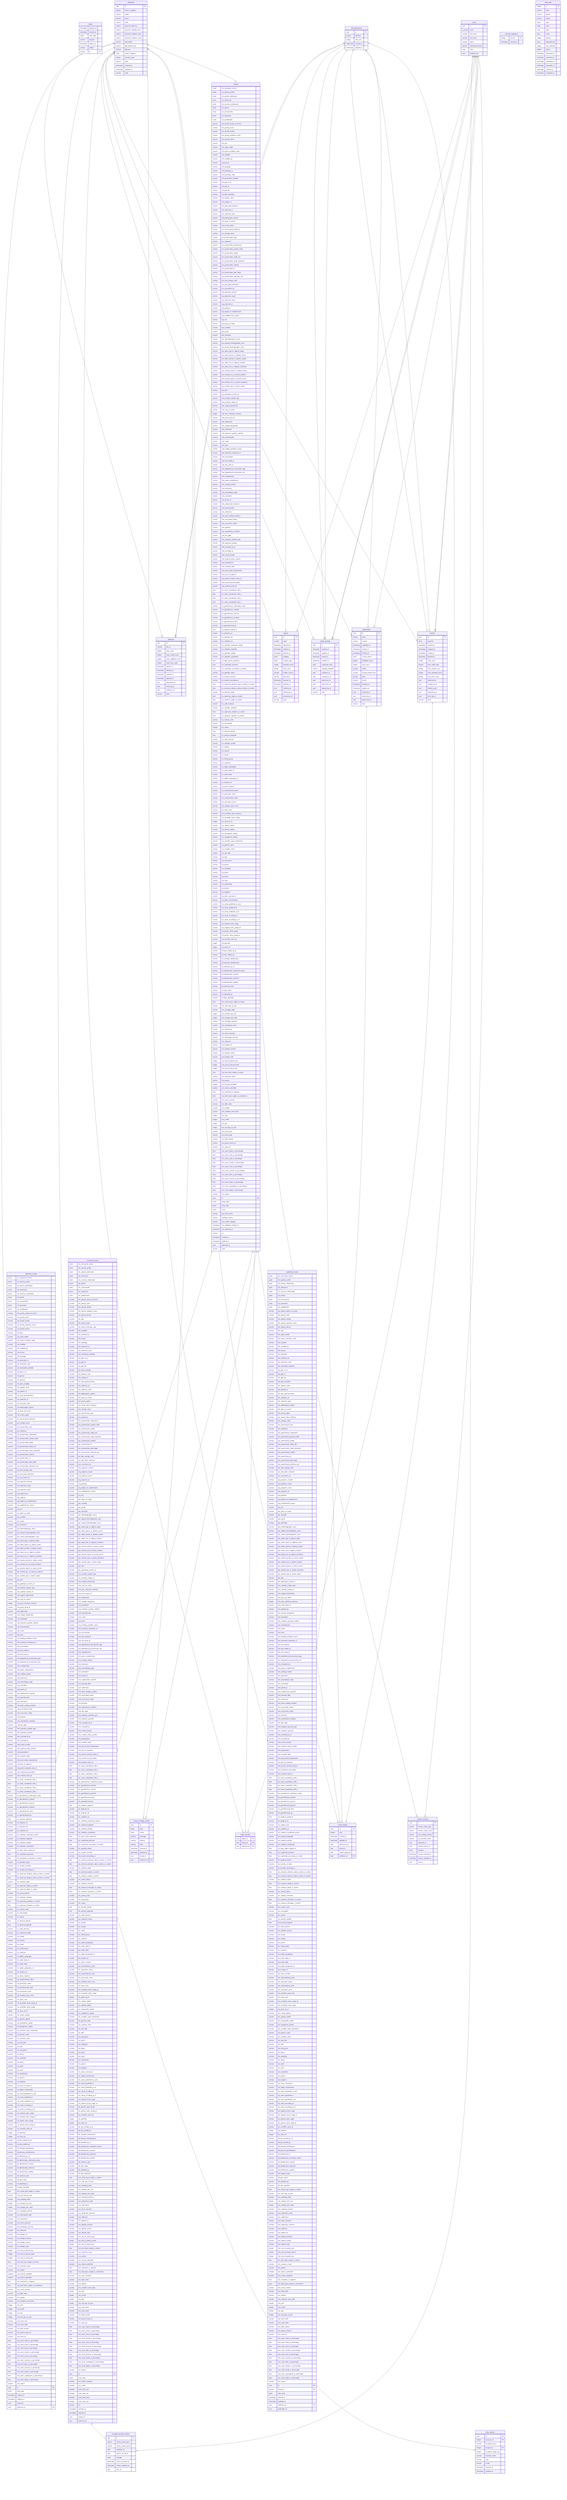
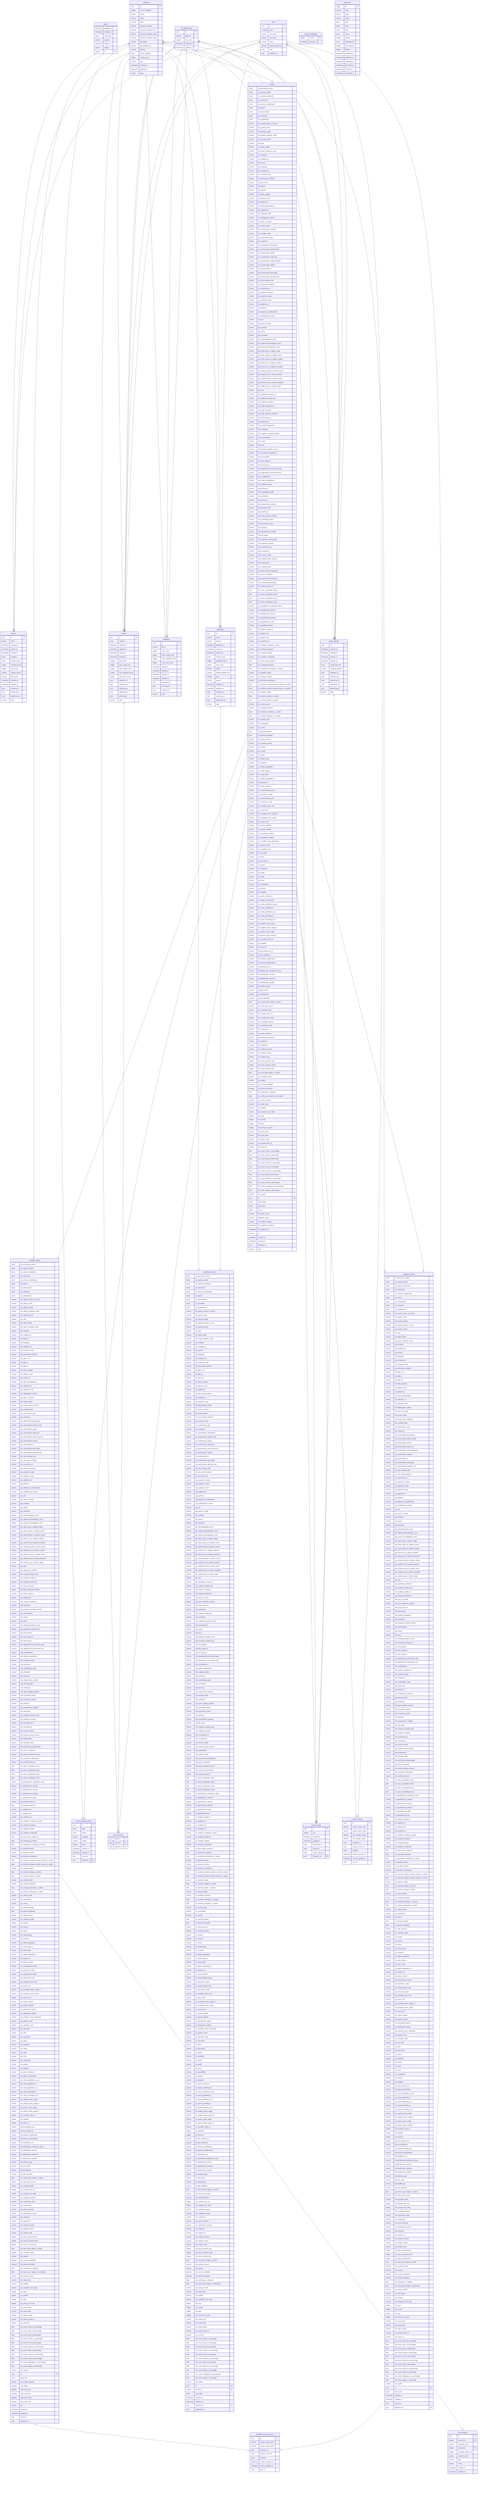
erDiagram
  tokens {
    timestamp updated_at
    timestamp created_at
    jsonb extra_data
    varchar purpose
    timestamp expires_at
    varchar subject
    varchar jti PK
  }
  users {
    uuid id PK
    ci_string email
    varchar first_name
    varchar last_name
    varchar phone
    varchar hashed_password
    array roles
    uuid institution_id
  }
  file_attachments {
    uuid id PK
    varchar filename
    integer byte_size
    timestamp inserted_at
    timestamp updated_at
  }
  collections {
    uuid id PK
    integer items_to_digitize
    varchar owner
    varchar name
    varchar code
    varchar grscicoll_reference
    varchar grscicoll_institution_key
    varchar grscicoll_institution_code
    varchar grscicoll_institution_name
    varchar description
    varchar gbif_dataset_key
    varchar gbif_doi
    array import_mapping
    integer records_count
    varchar type
    timestamp inserted_at
    timestamp updated_at
    varchar state
  }
  encoded_records {
    jsonb ext_vernacular_names
    jsonb ext_species_profile
    jsonb ext_species_distribution
    jsonb ext_references
    jsonb ext_resource_relationship
    jsonb ext_permit
    jsonb ext_chronometric
    jsonb ext_assertions
    jsonb ext_amplification
    varchar oth_specify_author_of_record
    varchar oth_specify_event
    varchar oth_specify_locality
    varchar oth_specify_organism_name
    varchar oth_specify_person
    varchar oth_type
    varchar oth_rights_holder
    varchar oth_owner_institution_code
    varchar oth_modified
    varchar oth_modified_by
    varchar oth_license
    varchar oth_language
    varchar oth_institution_id
    varchar oth_institution_code
    varchar oth_information_withheld
    varchar oth_gbif_ch_id
    varchar oth_gbif_id
    varchar oth_gbif_doi
    varchar oth_date_available
    varchar oth_dataset_name
    varchar oth_dataset_id
    varchar oth_data_generalizations
    varchar oth_collection_id
    varchar oth_collection_code
    varchar oth_bibliographic_citation
    varchar oth_basis_of_record
    varchar oth_access_rights
    varchar pvn_tissue_bank_institution
    varchar pvn_storage_name
    varchar pvn_preservation_type
    varchar pvn_sequence
    varchar pvn_preservation_temperature
    varchar pvn_preservation_special_mode
    varchar pvn_preservation_quality
    varchar pvn_preservation_mode_text
    varchar pvn_preservation_mode_keywords
    varchar pvn_preservation_method
    varchar pvn_preservation_id
    varchar pvn_preservation_date_begin
    varchar pvn_preservation_alteration_text
    varchar pvn_dna_storage_code
    varchar pvn_dna_bank_institution
    varchar occ_occurrence_id
    varchar org_organism_remarks
    varchar org_organism_scope
    varchar org_organism_name
    varchar org_organism_id
    varchar org_pathway
    varchar org_degree_of_establishment
    varchar org_establishment_means
    varchar org_sex
    varchar gec_place_of_origin
    varchar gec_member
    varchar gec_group
    varchar gec_formation
    varchar gec_lithostratigraphic_terms
    varchar gec_highest_biostratigraphic_zone
    varchar gec_lowest_biostratigraphic_zone
    varchar gec_latest_age_or_highest_stage
    varchar gec_latest_epoch_or_highest_series
    varchar gec_latest_period_or_highest_system
    varchar gec_latest_era_or_highest_erathem
    varchar gec_latest_eon_or_highest_eonothem
    varchar gec_earliest_period_or_lowest_system
    varchar gec_earliest_era_or_lowest_erathem
    varchar gec_earliest_epoch_or_lowest_series
    varchar gec_earliest_eon_or_lowest_eonothem
    varchar gec_earliest_age_or_lowest_stage
    varchar gec_bed
    varchar gec_geological_context_id
    varchar mts_material_sample_type
    varchar mts_material_sample_id
    varchar mte_original_biominerals
    varchar mte_orig_col_author
    integer mte_year_collection_entrance
    varchar mte_tissue_bank_id
    varchar mte_taphonomy
    varchar mte_sample_designation
    varchar mte_orientation
    varchar mte_organism_quantity_method
    varchar mte_mineralization
    varchar mte_matrix
    varchar mte_form
    varchar mte_feeding_predation_traces
    varchar mte_extraction_temporary_id
    varchar mte_encrustation
    varchar mte_dna_stable_id
    varchar mte_dna_bank_id
    varchar mte_depositional_environment_type
    varchar mte_depositional_environment_text
    varchar mte_completeness
    varchar mte_paleo_completeness
    varchar mte_catalog_number
    varchar mte_bioerosion
    varchar mte_assemblage_origin
    varchar mte_articulation
    varchar mte_permit_id
    varchar mte_replacement_minerals
    varchar mte_barcode_label
    varchar mte_references
    varchar mte_other_catalog_numbers
    varchar mte_associated_media
    varchar mte_occurrence_status
    varchar mte_behavior
    varchar mte_reproductive_condition
    varchar mte_life_stage
    varchar mte_organism_quantity_type
    varchar mte_organism_quantity
    varchar mte_recorded_by_id
    varchar mte_recorded_by
    varchar mte_record_number
    varchar mte_material_entity_remarks
    varchar mte_preparations
    varchar mte_verbatim_label
    varchar mte_post_burial_transportation
    varchar mte_part_of_organism
    varchar mte_parent_material_entity_id
    varchar mte_anatomical_description
    varchar mte_material_entity_id
    float loc_swiss_coordinates_lv95_y
    float loc_swiss_coordinates_lv95_x
    float loc_swiss_coordinates_lv03_y
    float loc_swiss_coordinates_lv03_x
    varchar loc_georeference_verification_status
    varchar loc_georeference_remarks
    varchar loc_georeference_sources
    varchar loc_georeference_protocol
    varchar loc_georeferenced_date
    varchar loc_georeferenced_by
    float loc_footprint_spatial_fit
    varchar loc_footprint_srs
    varchar loc_footprint_wkt
    varchar loc_verbatim_srs
    varchar loc_verbatim_coordinate_system
    varchar loc_verbatim_longitude
    varchar loc_verbatim_latitude
    varchar loc_verbatim_coordinates
    float loc_point_radius_spatial_fit
    float loc_coordinate_precision
    float loc_coordinate_uncertainty_in_meters
    varchar loc_geodetic_datum
    varchar loc_location_remarks
    varchar loc_location_according_to
    float loc_maximum_distance_above_surface_in_meters
    float loc_minimum_distance_above_surface_in_meters
    varchar loc_verbatim_depth
    float loc_maximum_depth_in_meters
    float loc_minimum_depth_in_meters
    varchar loc_vertical_datum
    varchar loc_verbatim_elevation
    float loc_maximum_elevation_in_meters
    float loc_minimum_elevation_in_meters
    varchar loc_country_code
    varchar loc_municipality
    varchar loc_county
    float loc_decimal_latitude
    float loc_decimal_longitude
    varchar loc_state_province
    varchar loc_verbatim_locality
    varchar loc_locality
    varchar loc_country
    varchar loc_island
    varchar loc_island_group
    varchar loc_continent
    varchar loc_higher_geography
    varchar loc_water_body_id
    varchar loc_water_body
    varchar loc_higher_geography_id
    varchar loc_location_id
    varchar tax_taxon_remarks
    varchar tax_nomenclatural_status
    varchar tax_taxonomic_status
    varchar tax_nomenclatural_code
    varchar tax_vernacular_name
    varchar tax_verbatim_taxon_rank
    varchar tax_taxon_rank
    varchar tax_accepted_name_usage_id
    varchar tax_accepted_name_usage
    integer tax_taxon_id_ch
    varchar tax_cultivar_epithet
    varchar tax_specific_epithet
    varchar tax_infraspecific_epithet
    varchar tax_infrageneric_epithet
    varchar tax_scientific_name_authorship
    varchar tax_generic_name
    varchar tax_scientific_name
    varchar tax_sub_tribe
    varchar tax_tribe
    varchar tax_sub_genus
    varchar tax_genus
    varchar tax_subfamily
    varchar tax_family
    varchar tax_order
    varchar tax_class
    varchar tax_superfamily
    varchar tax_phylum
    varchar tax_kingdom
    varchar tax_taxon_concept_id
    varchar tax_higher_classification
    varchar tax_name_published_in_year
    varchar tax_name_published_in
    varchar tax_name_published_in_id
    varchar tax_name_according_to
    varchar tax_name_according_to_id
    varchar tax_original_name_usage
    varchar tax_original_name_usage_id
    varchar tax_parent_name_usage
    varchar tax_parent_name_usage_id
    varchar tax_scientific_name_id
    integer tax_identifier
    integer tax_taxon_id
    varchar idf_last_verified_by_id
    varchar idf_last_verified_by
    varchar idf_verbatim_identification
    varchar idf_previous_identifications
    varchar idf_identified_by_id
    varchar idf_identification_verification_status
    varchar idf_identification_remarks
    varchar idf_identification_reference
    varchar idf_identification_qualifier
    varchar idf_evidence_type
    varchar idf_type_status
    varchar idf_identified_by
    varchar idf_date_identified
    float eve_shrub_layer_height_in_meters
    varchar eve_start_day_of_year
    varchar eve_sampling_effort
    integer eve_sample_size_unit
    integer eve_sample_size_value
    varchar eve_sampling_protocol
    varchar eve_substratum_state
    varchar eve_substratum
    varchar eve_micro_structure
    varchar eve_landscape_structure
    varchar eve_influence
    varchar eve_habitat_ref
    varchar eve_habitat_inclusion
    varchar eve_habitat_contact
    varchar eve_habitat_code
    integer eve_end_of_period_year
    integer eve_end_of_period_month
    integer eve_end_of_period_day
    float eve_tree_layer_height_in_meters
    varchar eve_syntaxon_name
    varchar eve_project
    boolean eve_mosses_identified
    boolean eve_lichens_identified
    float eve_inclination_in_degrees
    float eve_herb_layer_height_in_centimeters
    varchar eve_event_remarks
    varchar eve_field_notes
    varchar eve_habitat
    varchar eve_verbatim_event_date
    integer eve_year
    integer eve_month
    integer eve_day
    integer eve_end_day_of_year
    varchar eve_event_time
    varchar eve_event_date
    varchar eve_field_number
    varchar eve_parent_event_id
    varchar eve_event_id
    float eve_cover_water_in_percentage
    float eve_cover_trees_in_percentage
    float eve_cover_total_in_percentage
    float eve_cover_shrubs_in_percentage
    float eve_cover_rock_in_percentage
    float eve_cover_mosses_in_percentage
    float eve_cover_litter_in_percentage
    float eve_cover_lychens_in_percentage
    float eve_cover_herbs_in_percentage
    float eve_cover_cryptogams_in_percentage
    float eve_cover_algae_in_percentage
    varchar eve_aspect
    uuid id PK
    jsonb extra_data
    varchar iucn_redlist_category
    boolean iucn_redlist
    boolean mids_level_one
    boolean mids_level_two
    boolean mids_level_three
    boolean mids_level_four
    varchar tsv
    timestamp inserted_at
    timestamp updated_at
    uuid record_id
    uuid collection_id
  }
  encoded_records_versions {
    uuid id PK
    varchar version_action_type
    varchar version_action_name
    uuid collection_id
    uuid version_source_id
    jsonb changes
    timestamp version_inserted_at
    timestamp version_updated_at
    uuid user_id
  }
  record_encoding_results {
    uuid id PK
    jsonb input
    jsonb output
    varchar message
    varchar catalog
    varchar state
    timestamp inserted_at
    timestamp updated_at
    uuid record_id
    uuid collection_id PK
  }
  exports {
    uuid id PK
    varchar name
    timestamp exported_at
    timestamp started_at
    timestamp finished_at
    jsonb mapping
    jsonb records_query
    integer exported_count
    integer rows_count
    varchar header_source
    varchar data_layer
    timestamp inserted_at
    timestamp updated_at
    uuid collection_id
    uuid started_by_id
    uuid attachment_id
    varchar state
  }
  image_uploads {
    uuid id PK
    timestamp inserted_at
    timestamp updated_at
    timestamp started_at
    timestamp finished_at
    array invalid_file_infos
    varchar mapping_identifier
    uuid collection_id
    uuid created_by_id
    uuid started_by_id
    uuid attachment_id
    uuid upload_log_id
    varchar state
  }
  imports {
    uuid id PK
    array columns
    timestamp inserted_at
    timestamp updated_at
    timestamp started_at
    timestamp finished_at
    integer rows_count
    integer rows_valid_count
    integer rows_invalid_count
    integer rows_imported_count
    integer rows_error_count
    uuid collection_id
    uuid created_by_id
    uuid started_by_id
    uuid attachment_id
    uuid error_log_id
    varchar state
  }
  import_records {
    uuid import_id PK
    uuid record_id PK
    uuid collection_id PK
  }
  publications {
    uuid id PK
    varchar name
    varchar channel
    timestamp published_at
    timestamp started_at
    timestamp finished_at
    jsonb records_query
    integer published_count
    integer rows_count
    varchar center
    varchar existing_dataset_key
    varchar layer
    varchar license
    timestamp inserted_at
    timestamp updated_at
    uuid collection_id
    uuid started_by_id
    uuid attachment_id
    varchar state
  }
  published_records {
    jsonb ext_vernacular_names
    jsonb ext_species_profile
    jsonb ext_species_distribution
    jsonb ext_references
    jsonb ext_resource_relationship
    jsonb ext_permit
    jsonb ext_chronometric
    jsonb ext_assertions
    jsonb ext_amplification
    varchar oth_specify_author_of_record
    varchar oth_specify_event
    varchar oth_specify_locality
    varchar oth_specify_organism_name
    varchar oth_specify_person
    varchar oth_type
    varchar oth_rights_holder
    varchar oth_owner_institution_code
    varchar oth_modified
    varchar oth_modified_by
    varchar oth_license
    varchar oth_language
    varchar oth_institution_id
    varchar oth_institution_code
    varchar oth_information_withheld
    varchar oth_gbif_ch_id
    varchar oth_gbif_id
    varchar oth_gbif_doi
    varchar oth_date_available
    varchar oth_dataset_name
    varchar oth_dataset_id
    varchar oth_data_generalizations
    varchar oth_collection_id
    varchar oth_collection_code
    varchar oth_bibliographic_citation
    varchar oth_basis_of_record
    varchar oth_access_rights
    varchar pvn_tissue_bank_institution
    varchar pvn_storage_name
    varchar pvn_preservation_type
    varchar pvn_sequence
    varchar pvn_preservation_temperature
    varchar pvn_preservation_special_mode
    varchar pvn_preservation_quality
    varchar pvn_preservation_mode_text
    varchar pvn_preservation_mode_keywords
    varchar pvn_preservation_method
    varchar pvn_preservation_id
    varchar pvn_preservation_date_begin
    varchar pvn_preservation_alteration_text
    varchar pvn_dna_storage_code
    varchar pvn_dna_bank_institution
    varchar occ_occurrence_id
    varchar org_organism_remarks
    varchar org_organism_scope
    varchar org_organism_name
    varchar org_organism_id
    varchar org_pathway
    varchar org_degree_of_establishment
    varchar org_establishment_means
    varchar org_sex
    varchar gec_place_of_origin
    varchar gec_member
    varchar gec_group
    varchar gec_formation
    varchar gec_lithostratigraphic_terms
    varchar gec_highest_biostratigraphic_zone
    varchar gec_lowest_biostratigraphic_zone
    varchar gec_latest_age_or_highest_stage
    varchar gec_latest_epoch_or_highest_series
    varchar gec_latest_period_or_highest_system
    varchar gec_latest_era_or_highest_erathem
    varchar gec_latest_eon_or_highest_eonothem
    varchar gec_earliest_period_or_lowest_system
    varchar gec_earliest_era_or_lowest_erathem
    varchar gec_earliest_epoch_or_lowest_series
    varchar gec_earliest_eon_or_lowest_eonothem
    varchar gec_earliest_age_or_lowest_stage
    varchar gec_bed
    varchar gec_geological_context_id
    varchar mts_material_sample_type
    varchar mts_material_sample_id
    varchar mte_original_biominerals
    varchar mte_orig_col_author
    integer mte_year_collection_entrance
    varchar mte_tissue_bank_id
    varchar mte_taphonomy
    varchar mte_sample_designation
    varchar mte_orientation
    varchar mte_organism_quantity_method
    varchar mte_mineralization
    varchar mte_matrix
    varchar mte_form
    varchar mte_feeding_predation_traces
    varchar mte_extraction_temporary_id
    varchar mte_encrustation
    varchar mte_dna_stable_id
    varchar mte_dna_bank_id
    varchar mte_depositional_environment_type
    varchar mte_depositional_environment_text
    varchar mte_completeness
    varchar mte_paleo_completeness
    varchar mte_catalog_number
    varchar mte_bioerosion
    varchar mte_assemblage_origin
    varchar mte_articulation
    varchar mte_permit_id
    varchar mte_replacement_minerals
    varchar mte_barcode_label
    varchar mte_references
    varchar mte_other_catalog_numbers
    varchar mte_associated_media
    varchar mte_occurrence_status
    varchar mte_behavior
    varchar mte_reproductive_condition
    varchar mte_life_stage
    varchar mte_organism_quantity_type
    varchar mte_organism_quantity
    varchar mte_recorded_by_id
    varchar mte_recorded_by
    varchar mte_record_number
    varchar mte_material_entity_remarks
    varchar mte_preparations
    varchar mte_verbatim_label
    varchar mte_post_burial_transportation
    varchar mte_part_of_organism
    varchar mte_parent_material_entity_id
    varchar mte_anatomical_description
    varchar mte_material_entity_id
    float loc_swiss_coordinates_lv95_y
    float loc_swiss_coordinates_lv95_x
    float loc_swiss_coordinates_lv03_y
    float loc_swiss_coordinates_lv03_x
    varchar loc_georeference_verification_status
    varchar loc_georeference_remarks
    varchar loc_georeference_sources
    varchar loc_georeference_protocol
    varchar loc_georeferenced_date
    varchar loc_georeferenced_by
    float loc_footprint_spatial_fit
    varchar loc_footprint_srs
    varchar loc_footprint_wkt
    varchar loc_verbatim_srs
    varchar loc_verbatim_coordinate_system
    varchar loc_verbatim_longitude
    varchar loc_verbatim_latitude
    varchar loc_verbatim_coordinates
    float loc_point_radius_spatial_fit
    float loc_coordinate_precision
    float loc_coordinate_uncertainty_in_meters
    varchar loc_geodetic_datum
    varchar loc_location_remarks
    varchar loc_location_according_to
    float loc_maximum_distance_above_surface_in_meters
    float loc_minimum_distance_above_surface_in_meters
    varchar loc_verbatim_depth
    float loc_maximum_depth_in_meters
    float loc_minimum_depth_in_meters
    varchar loc_vertical_datum
    varchar loc_verbatim_elevation
    float loc_maximum_elevation_in_meters
    float loc_minimum_elevation_in_meters
    varchar loc_country_code
    varchar loc_municipality
    varchar loc_county
    float loc_decimal_latitude
    float loc_decimal_longitude
    varchar loc_state_province
    varchar loc_verbatim_locality
    varchar loc_locality
    varchar loc_country
    varchar loc_island
    varchar loc_island_group
    varchar loc_continent
    varchar loc_higher_geography
    varchar loc_water_body_id
    varchar loc_water_body
    varchar loc_higher_geography_id
    varchar loc_location_id
    varchar tax_taxon_remarks
    varchar tax_nomenclatural_status
    varchar tax_taxonomic_status
    varchar tax_nomenclatural_code
    varchar tax_vernacular_name
    varchar tax_verbatim_taxon_rank
    varchar tax_taxon_rank
    varchar tax_accepted_name_usage_id
    varchar tax_accepted_name_usage
    integer tax_taxon_id_ch
    varchar tax_cultivar_epithet
    varchar tax_specific_epithet
    varchar tax_infraspecific_epithet
    varchar tax_infrageneric_epithet
    varchar tax_scientific_name_authorship
    varchar tax_generic_name
    varchar tax_scientific_name
    varchar tax_sub_tribe
    varchar tax_tribe
    varchar tax_sub_genus
    varchar tax_genus
    varchar tax_subfamily
    varchar tax_family
    varchar tax_order
    varchar tax_class
    varchar tax_superfamily
    varchar tax_phylum
    varchar tax_kingdom
    varchar tax_taxon_concept_id
    varchar tax_higher_classification
    varchar tax_name_published_in_year
    varchar tax_name_published_in
    varchar tax_name_published_in_id
    varchar tax_name_according_to
    varchar tax_name_according_to_id
    varchar tax_original_name_usage
    varchar tax_original_name_usage_id
    varchar tax_parent_name_usage
    varchar tax_parent_name_usage_id
    varchar tax_scientific_name_id
    integer tax_identifier
    integer tax_taxon_id
    varchar idf_last_verified_by_id
    varchar idf_last_verified_by
    varchar idf_verbatim_identification
    varchar idf_previous_identifications
    varchar idf_identified_by_id
    varchar idf_identification_verification_status
    varchar idf_identification_remarks
    varchar idf_identification_reference
    varchar idf_identification_qualifier
    varchar idf_evidence_type
    varchar idf_type_status
    varchar idf_identified_by
    varchar idf_date_identified
    float eve_shrub_layer_height_in_meters
    varchar eve_start_day_of_year
    varchar eve_sampling_effort
    integer eve_sample_size_unit
    integer eve_sample_size_value
    varchar eve_sampling_protocol
    varchar eve_substratum_state
    varchar eve_substratum
    varchar eve_micro_structure
    varchar eve_landscape_structure
    varchar eve_influence
    varchar eve_habitat_ref
    varchar eve_habitat_inclusion
    varchar eve_habitat_contact
    varchar eve_habitat_code
    integer eve_end_of_period_year
    integer eve_end_of_period_month
    integer eve_end_of_period_day
    float eve_tree_layer_height_in_meters
    varchar eve_syntaxon_name
    varchar eve_project
    boolean eve_mosses_identified
    boolean eve_lichens_identified
    float eve_inclination_in_degrees
    float eve_herb_layer_height_in_centimeters
    varchar eve_event_remarks
    varchar eve_field_notes
    varchar eve_habitat
    varchar eve_verbatim_event_date
    integer eve_year
    integer eve_month
    integer eve_day
    integer eve_end_day_of_year
    varchar eve_event_time
    varchar eve_event_date
    varchar eve_field_number
    varchar eve_parent_event_id
    varchar eve_event_id
    float eve_cover_water_in_percentage
    float eve_cover_trees_in_percentage
    float eve_cover_total_in_percentage
    float eve_cover_shrubs_in_percentage
    float eve_cover_rock_in_percentage
    float eve_cover_mosses_in_percentage
    float eve_cover_litter_in_percentage
    float eve_cover_lychens_in_percentage
    float eve_cover_herbs_in_percentage
    float eve_cover_cryptogams_in_percentage
    float eve_cover_algae_in_percentage
    varchar eve_aspect
    uuid id PK
    varchar record_id PK
    jsonb extra_data
    timestamp inserted_at
    timestamp updated_at
    uuid collection_id PK
    uuid publication_id
  }
  records {
    jsonb ext_vernacular_names
    jsonb ext_species_profile
    jsonb ext_species_distribution
    jsonb ext_references
    jsonb ext_resource_relationship
    jsonb ext_permit
    jsonb ext_chronometric
    jsonb ext_assertions
    jsonb ext_amplification
    varchar oth_specify_author_of_record
    varchar oth_specify_event
    varchar oth_specify_locality
    varchar oth_specify_organism_name
    varchar oth_specify_person
    varchar oth_type
    varchar oth_rights_holder
    varchar oth_owner_institution_code
    varchar oth_modified
    varchar oth_modified_by
    varchar oth_license
    varchar oth_language
    varchar oth_institution_id
    varchar oth_institution_code
    varchar oth_information_withheld
    varchar oth_gbif_ch_id
    varchar oth_gbif_id
    varchar oth_gbif_doi
    varchar oth_date_available
    varchar oth_dataset_name
    varchar oth_dataset_id
    varchar oth_data_generalizations
    varchar oth_collection_id
    varchar oth_collection_code
    varchar oth_bibliographic_citation
    varchar oth_basis_of_record
    varchar oth_access_rights
    varchar pvn_tissue_bank_institution
    varchar pvn_storage_name
    varchar pvn_preservation_type
    varchar pvn_sequence
    varchar pvn_preservation_temperature
    varchar pvn_preservation_special_mode
    varchar pvn_preservation_quality
    varchar pvn_preservation_mode_text
    varchar pvn_preservation_mode_keywords
    varchar pvn_preservation_method
    varchar pvn_preservation_id
    varchar pvn_preservation_date_begin
    varchar pvn_preservation_alteration_text
    varchar pvn_dna_storage_code
    varchar pvn_dna_bank_institution
    varchar occ_occurrence_id
    varchar org_organism_remarks
    varchar org_organism_scope
    varchar org_organism_name
    varchar org_organism_id
    varchar org_pathway
    varchar org_degree_of_establishment
    varchar org_establishment_means
    varchar org_sex
    varchar gec_place_of_origin
    varchar gec_member
    varchar gec_group
    varchar gec_formation
    varchar gec_lithostratigraphic_terms
    varchar gec_highest_biostratigraphic_zone
    varchar gec_lowest_biostratigraphic_zone
    varchar gec_latest_age_or_highest_stage
    varchar gec_latest_epoch_or_highest_series
    varchar gec_latest_period_or_highest_system
    varchar gec_latest_era_or_highest_erathem
    varchar gec_latest_eon_or_highest_eonothem
    varchar gec_earliest_period_or_lowest_system
    varchar gec_earliest_era_or_lowest_erathem
    varchar gec_earliest_epoch_or_lowest_series
    varchar gec_earliest_eon_or_lowest_eonothem
    varchar gec_earliest_age_or_lowest_stage
    varchar gec_bed
    varchar gec_geological_context_id
    varchar mts_material_sample_type
    varchar mts_material_sample_id
    varchar mte_original_biominerals
    varchar mte_orig_col_author
    integer mte_year_collection_entrance
    varchar mte_tissue_bank_id
    varchar mte_taphonomy
    varchar mte_sample_designation
    varchar mte_orientation
    varchar mte_organism_quantity_method
    varchar mte_mineralization
    varchar mte_matrix
    varchar mte_form
    varchar mte_feeding_predation_traces
    varchar mte_extraction_temporary_id
    varchar mte_encrustation
    varchar mte_dna_stable_id
    varchar mte_dna_bank_id
    varchar mte_depositional_environment_type
    varchar mte_depositional_environment_text
    varchar mte_completeness
    varchar mte_paleo_completeness
    varchar mte_catalog_number
    varchar mte_bioerosion
    varchar mte_assemblage_origin
    varchar mte_articulation
    varchar mte_permit_id
    varchar mte_replacement_minerals
    varchar mte_barcode_label
    varchar mte_references
    varchar mte_other_catalog_numbers
    varchar mte_associated_media
    varchar mte_occurrence_status
    varchar mte_behavior
    varchar mte_reproductive_condition
    varchar mte_life_stage
    varchar mte_organism_quantity_type
    varchar mte_organism_quantity
    varchar mte_recorded_by_id
    varchar mte_recorded_by
    varchar mte_record_number
    varchar mte_material_entity_remarks
    varchar mte_preparations
    varchar mte_verbatim_label
    varchar mte_post_burial_transportation
    varchar mte_part_of_organism
    varchar mte_parent_material_entity_id
    varchar mte_anatomical_description
    varchar mte_material_entity_id
    float loc_swiss_coordinates_lv95_y
    float loc_swiss_coordinates_lv95_x
    float loc_swiss_coordinates_lv03_y
    float loc_swiss_coordinates_lv03_x
    varchar loc_georeference_verification_status
    varchar loc_georeference_remarks
    varchar loc_georeference_sources
    varchar loc_georeference_protocol
    varchar loc_georeferenced_date
    varchar loc_georeferenced_by
    float loc_footprint_spatial_fit
    varchar loc_footprint_srs
    varchar loc_footprint_wkt
    varchar loc_verbatim_srs
    varchar loc_verbatim_coordinate_system
    varchar loc_verbatim_longitude
    varchar loc_verbatim_latitude
    varchar loc_verbatim_coordinates
    float loc_point_radius_spatial_fit
    float loc_coordinate_precision
    float loc_coordinate_uncertainty_in_meters
    varchar loc_geodetic_datum
    varchar loc_location_remarks
    varchar loc_location_according_to
    float loc_maximum_distance_above_surface_in_meters
    float loc_minimum_distance_above_surface_in_meters
    varchar loc_verbatim_depth
    float loc_maximum_depth_in_meters
    float loc_minimum_depth_in_meters
    varchar loc_vertical_datum
    varchar loc_verbatim_elevation
    float loc_maximum_elevation_in_meters
    float loc_minimum_elevation_in_meters
    varchar loc_country_code
    varchar loc_municipality
    varchar loc_county
    float loc_decimal_latitude
    float loc_decimal_longitude
    varchar loc_state_province
    varchar loc_verbatim_locality
    varchar loc_locality
    varchar loc_country
    varchar loc_island
    varchar loc_island_group
    varchar loc_continent
    varchar loc_higher_geography
    varchar loc_water_body_id
    varchar loc_water_body
    varchar loc_higher_geography_id
    varchar loc_location_id
    varchar tax_taxon_remarks
    varchar tax_nomenclatural_status
    varchar tax_taxonomic_status
    varchar tax_nomenclatural_code
    varchar tax_vernacular_name
    varchar tax_verbatim_taxon_rank
    varchar tax_taxon_rank
    varchar tax_accepted_name_usage_id
    varchar tax_accepted_name_usage
    integer tax_taxon_id_ch
    varchar tax_cultivar_epithet
    varchar tax_specific_epithet
    varchar tax_infraspecific_epithet
    varchar tax_infrageneric_epithet
    varchar tax_scientific_name_authorship
    varchar tax_generic_name
    varchar tax_scientific_name
    varchar tax_sub_tribe
    varchar tax_tribe
    varchar tax_sub_genus
    varchar tax_genus
    varchar tax_subfamily
    varchar tax_family
    varchar tax_order
    varchar tax_class
    varchar tax_superfamily
    varchar tax_phylum
    varchar tax_kingdom
    varchar tax_taxon_concept_id
    varchar tax_higher_classification
    varchar tax_name_published_in_year
    varchar tax_name_published_in
    varchar tax_name_published_in_id
    varchar tax_name_according_to
    varchar tax_name_according_to_id
    varchar tax_original_name_usage
    varchar tax_original_name_usage_id
    varchar tax_parent_name_usage
    varchar tax_parent_name_usage_id
    varchar tax_scientific_name_id
    integer tax_identifier
    integer tax_taxon_id
    varchar idf_last_verified_by_id
    varchar idf_last_verified_by
    varchar idf_verbatim_identification
    varchar idf_previous_identifications
    varchar idf_identified_by_id
    varchar idf_identification_verification_status
    varchar idf_identification_remarks
    varchar idf_identification_reference
    varchar idf_identification_qualifier
    varchar idf_evidence_type
    varchar idf_type_status
    varchar idf_identified_by
    varchar idf_date_identified
    float eve_shrub_layer_height_in_meters
    varchar eve_start_day_of_year
    varchar eve_sampling_effort
    integer eve_sample_size_unit
    integer eve_sample_size_value
    varchar eve_sampling_protocol
    varchar eve_substratum_state
    varchar eve_substratum
    varchar eve_micro_structure
    varchar eve_landscape_structure
    varchar eve_influence
    varchar eve_habitat_ref
    varchar eve_habitat_inclusion
    varchar eve_habitat_contact
    varchar eve_habitat_code
    integer eve_end_of_period_year
    integer eve_end_of_period_month
    integer eve_end_of_period_day
    float eve_tree_layer_height_in_meters
    varchar eve_syntaxon_name
    varchar eve_project
    boolean eve_mosses_identified
    boolean eve_lichens_identified
    float eve_inclination_in_degrees
    float eve_herb_layer_height_in_centimeters
    varchar eve_event_remarks
    varchar eve_field_notes
    varchar eve_habitat
    varchar eve_verbatim_event_date
    integer eve_year
    integer eve_month
    integer eve_day
    integer eve_end_day_of_year
    varchar eve_event_time
    varchar eve_event_date
    varchar eve_field_number
    varchar eve_parent_event_id
    varchar eve_event_id
    float eve_cover_water_in_percentage
    float eve_cover_trees_in_percentage
    float eve_cover_total_in_percentage
    float eve_cover_shrubs_in_percentage
    float eve_cover_rock_in_percentage
    float eve_cover_mosses_in_percentage
    float eve_cover_litter_in_percentage
    float eve_cover_lychens_in_percentage
    float eve_cover_herbs_in_percentage
    float eve_cover_cryptogams_in_percentage
    float eve_cover_algae_in_percentage
    varchar eve_aspect
    uuid id PK
    jsonb import_data
    jsonb extra_data
    jsonb errors
    varchar fast_track_status
    varchar validation_status
    varchar iucn_redlist_category
    timestamp last_validation_started_at
    timestamp last_imported_at
    varchar tsv
    timestamp inserted_at
    timestamp updated_at
    uuid collection_id
    varchar state
  }
  record_images {
    uuid id PK
    integer size
    timestamp inserted_at
    timestamp updated_at
    uuid attachment_id
    uuid record_id
    uuid image_upload_id
    uuid collection_id PK
  }
  records_versions {
    uuid id PK
    varchar version_action_type
    varchar version_action_name
    varchar mte_catalog_number
    varchar tax_scientific_name
    uuid collection_id
    uuid version_source_id
    jsonb changes
    timestamp version_inserted_at
    timestamp version_updated_at
    uuid user_id
  }
-   approved_records {
+   validated_records {
    jsonb ext_vernacular_names
    jsonb ext_species_profile
    jsonb ext_species_distribution
    jsonb ext_references
    jsonb ext_resource_relationship
    jsonb ext_permit
    jsonb ext_chronometric
    jsonb ext_assertions
    jsonb ext_amplification
    varchar oth_specify_author_of_record
    varchar oth_specify_event
    varchar oth_specify_locality
    varchar oth_specify_organism_name
    varchar oth_specify_person
    varchar oth_type
    varchar oth_rights_holder
    varchar oth_owner_institution_code
    varchar oth_modified
    varchar oth_modified_by
    varchar oth_license
    varchar oth_language
    varchar oth_institution_id
    varchar oth_institution_code
    varchar oth_information_withheld
    varchar oth_gbif_ch_id
    varchar oth_gbif_id
    varchar oth_gbif_doi
    varchar oth_date_available
    varchar oth_dataset_name
    varchar oth_dataset_id
    varchar oth_data_generalizations
    varchar oth_collection_id
    varchar oth_collection_code
    varchar oth_bibliographic_citation
    varchar oth_basis_of_record
    varchar oth_access_rights
    varchar pvn_tissue_bank_institution
    varchar pvn_storage_name
    varchar pvn_preservation_type
    varchar pvn_sequence
    varchar pvn_preservation_temperature
    varchar pvn_preservation_special_mode
    varchar pvn_preservation_quality
    varchar pvn_preservation_mode_text
    varchar pvn_preservation_mode_keywords
    varchar pvn_preservation_method
    varchar pvn_preservation_id
    varchar pvn_preservation_date_begin
    varchar pvn_preservation_alteration_text
    varchar pvn_dna_storage_code
    varchar pvn_dna_bank_institution
    varchar occ_occurrence_id
    varchar org_organism_remarks
    varchar org_organism_scope
    varchar org_organism_name
    varchar org_organism_id
    varchar org_pathway
    varchar org_degree_of_establishment
    varchar org_establishment_means
    varchar org_sex
    varchar gec_place_of_origin
    varchar gec_member
    varchar gec_group
    varchar gec_formation
    varchar gec_lithostratigraphic_terms
    varchar gec_highest_biostratigraphic_zone
    varchar gec_lowest_biostratigraphic_zone
    varchar gec_latest_age_or_highest_stage
    varchar gec_latest_epoch_or_highest_series
    varchar gec_latest_period_or_highest_system
    varchar gec_latest_era_or_highest_erathem
    varchar gec_latest_eon_or_highest_eonothem
    varchar gec_earliest_period_or_lowest_system
    varchar gec_earliest_era_or_lowest_erathem
    varchar gec_earliest_epoch_or_lowest_series
    varchar gec_earliest_eon_or_lowest_eonothem
    varchar gec_earliest_age_or_lowest_stage
    varchar gec_bed
    varchar gec_geological_context_id
    varchar mts_material_sample_type
    varchar mts_material_sample_id
    varchar mte_original_biominerals
    varchar mte_orig_col_author
    integer mte_year_collection_entrance
    varchar mte_tissue_bank_id
    varchar mte_taphonomy
    varchar mte_sample_designation
    varchar mte_orientation
    varchar mte_organism_quantity_method
    varchar mte_mineralization
    varchar mte_matrix
    varchar mte_form
    varchar mte_feeding_predation_traces
    varchar mte_extraction_temporary_id
    varchar mte_encrustation
    varchar mte_dna_stable_id
    varchar mte_dna_bank_id
    varchar mte_depositional_environment_type
    varchar mte_depositional_environment_text
    varchar mte_completeness
    varchar mte_paleo_completeness
    varchar mte_catalog_number
    varchar mte_bioerosion
    varchar mte_assemblage_origin
    varchar mte_articulation
    varchar mte_permit_id
    varchar mte_replacement_minerals
    varchar mte_barcode_label
    varchar mte_references
    varchar mte_other_catalog_numbers
    varchar mte_associated_media
    varchar mte_occurrence_status
    varchar mte_behavior
    varchar mte_reproductive_condition
    varchar mte_life_stage
    varchar mte_organism_quantity_type
    varchar mte_organism_quantity
    varchar mte_recorded_by_id
    varchar mte_recorded_by
    varchar mte_record_number
    varchar mte_material_entity_remarks
    varchar mte_preparations
    varchar mte_verbatim_label
    varchar mte_post_burial_transportation
    varchar mte_part_of_organism
    varchar mte_parent_material_entity_id
    varchar mte_anatomical_description
    varchar mte_material_entity_id
    float loc_swiss_coordinates_lv95_y
    float loc_swiss_coordinates_lv95_x
    float loc_swiss_coordinates_lv03_y
    float loc_swiss_coordinates_lv03_x
    varchar loc_georeference_verification_status
    varchar loc_georeference_remarks
    varchar loc_georeference_sources
    varchar loc_georeference_protocol
    varchar loc_georeferenced_date
    varchar loc_georeferenced_by
    float loc_footprint_spatial_fit
    varchar loc_footprint_srs
    varchar loc_footprint_wkt
    varchar loc_verbatim_srs
    varchar loc_verbatim_coordinate_system
    varchar loc_verbatim_longitude
    varchar loc_verbatim_latitude
    varchar loc_verbatim_coordinates
    float loc_point_radius_spatial_fit
    float loc_coordinate_precision
    float loc_coordinate_uncertainty_in_meters
    varchar loc_geodetic_datum
    varchar loc_location_remarks
    varchar loc_location_according_to
    float loc_maximum_distance_above_surface_in_meters
    float loc_minimum_distance_above_surface_in_meters
    varchar loc_verbatim_depth
    float loc_maximum_depth_in_meters
    float loc_minimum_depth_in_meters
    varchar loc_vertical_datum
    varchar loc_verbatim_elevation
    float loc_maximum_elevation_in_meters
    float loc_minimum_elevation_in_meters
    varchar loc_country_code
    varchar loc_municipality
    varchar loc_county
    float loc_decimal_latitude
    float loc_decimal_longitude
    varchar loc_state_province
    varchar loc_verbatim_locality
    varchar loc_locality
    varchar loc_country
    varchar loc_island
    varchar loc_island_group
    varchar loc_continent
    varchar loc_higher_geography
    varchar loc_water_body_id
    varchar loc_water_body
    varchar loc_higher_geography_id
    varchar loc_location_id
    varchar tax_taxon_remarks
    varchar tax_nomenclatural_status
    varchar tax_taxonomic_status
    varchar tax_nomenclatural_code
    varchar tax_vernacular_name
    varchar tax_verbatim_taxon_rank
    varchar tax_taxon_rank
    varchar tax_accepted_name_usage_id
    varchar tax_accepted_name_usage
    integer tax_taxon_id_ch
    varchar tax_cultivar_epithet
    varchar tax_specific_epithet
    varchar tax_infraspecific_epithet
    varchar tax_infrageneric_epithet
    varchar tax_scientific_name_authorship
    varchar tax_generic_name
    varchar tax_scientific_name
    varchar tax_sub_tribe
    varchar tax_tribe
    varchar tax_sub_genus
    varchar tax_genus
    varchar tax_subfamily
    varchar tax_family
    varchar tax_order
    varchar tax_class
    varchar tax_superfamily
    varchar tax_phylum
    varchar tax_kingdom
    varchar tax_taxon_concept_id
    varchar tax_higher_classification
    varchar tax_name_published_in_year
    varchar tax_name_published_in
    varchar tax_name_published_in_id
    varchar tax_name_according_to
    varchar tax_name_according_to_id
    varchar tax_original_name_usage
    varchar tax_original_name_usage_id
    varchar tax_parent_name_usage
    varchar tax_parent_name_usage_id
    varchar tax_scientific_name_id
    integer tax_identifier
    integer tax_taxon_id
    varchar idf_last_verified_by_id
    varchar idf_last_verified_by
    varchar idf_verbatim_identification
    varchar idf_previous_identifications
    varchar idf_identified_by_id
    varchar idf_identification_verification_status
    varchar idf_identification_remarks
    varchar idf_identification_reference
    varchar idf_identification_qualifier
    varchar idf_evidence_type
    varchar idf_type_status
    varchar idf_identified_by
    varchar idf_date_identified
    float eve_shrub_layer_height_in_meters
    varchar eve_start_day_of_year
    varchar eve_sampling_effort
    integer eve_sample_size_unit
    integer eve_sample_size_value
    varchar eve_sampling_protocol
    varchar eve_substratum_state
    varchar eve_substratum
    varchar eve_micro_structure
    varchar eve_landscape_structure
    varchar eve_influence
    varchar eve_habitat_ref
    varchar eve_habitat_inclusion
    varchar eve_habitat_contact
    varchar eve_habitat_code
    integer eve_end_of_period_year
    integer eve_end_of_period_month
    integer eve_end_of_period_day
    float eve_tree_layer_height_in_meters
    varchar eve_syntaxon_name
    varchar eve_project
    boolean eve_mosses_identified
    boolean eve_lichens_identified
    float eve_inclination_in_degrees
    float eve_herb_layer_height_in_centimeters
    varchar eve_event_remarks
    varchar eve_field_notes
    varchar eve_habitat
    varchar eve_verbatim_event_date
    integer eve_year
    integer eve_month
    integer eve_day
    integer eve_end_day_of_year
    varchar eve_event_time
    varchar eve_event_date
    varchar eve_field_number
    varchar eve_parent_event_id
    varchar eve_event_id
    float eve_cover_water_in_percentage
    float eve_cover_trees_in_percentage
    float eve_cover_total_in_percentage
    float eve_cover_shrubs_in_percentage
    float eve_cover_rock_in_percentage
    float eve_cover_mosses_in_percentage
    float eve_cover_litter_in_percentage
    float eve_cover_lychens_in_percentage
    float eve_cover_herbs_in_percentage
    float eve_cover_cryptogams_in_percentage
    float eve_cover_algae_in_percentage
    varchar eve_aspect
    uuid id PK
    jsonb extra_data
    timestamp inserted_at
    timestamp updated_at
    uuid record_id
    uuid collection_id PK
  }
-   approvals {
+   validations {
    uuid id PK
    varchar file_url
    integer rows_count
    integer rows_invalid_count
    integer rows_validated_count
    integer rows_error_count
    timestamp started_at
    timestamp finished_at
    timestamp inserted_at
    timestamp updated_at
    uuid attachment_id
    uuid error_log_id
    uuid collection_id
    varchar state
  }
  swiss_species {
    uuid id PK
    integer taxon_id_ch PK
    varchar accepted_name
    integer usage_key PK
    integer accepted_usage_key
    varchar scientific_name
    varchar rank
    varchar center
    timestamp inserted_at
    timestamp updated_at
  }
  schema_migrations {
    integer version PK
    timestamp inserted_at
  }
  oban_jobs {
    integer id PK
    varchar state
    varchar queue
    varchar worker
    jsonb args
    jsonb meta
    array tags
    array errors
    integer attempt
    array attempted_by
    integer max_attempts
    integer priority
    timestamp attempted_at
    timestamp cancelled_at
    timestamp completed_at
    timestamp discarded_at
    timestamp inserted_at
    timestamp scheduled_at
  }
-   collections ||--|{ approvals : ""
-   collections ||--|{ approved_records : ""
  collections ||--|{ encoded_records : ""
  collections ||--|{ exports : ""
  collections ||--|{ image_uploads : ""
  collections ||--|{ import_records : ""
  collections ||--|{ imports : ""
  collections ||--|{ publications : ""
  collections ||--|{ published_records : ""
  collections ||--|{ record_encoding_results : ""
  collections ||--|{ record_images : ""
  collections ||--|{ records : ""
+   collections ||--|{ validated_records : ""
+   collections ||--|{ validations : ""
  encoded_records ||--|{ encoded_records_versions : ""
  encoded_records ||--|{ swiss_species : ""
-   file_attachments ||--|{ approvals : ""
-   file_attachments ||--|{ approvals : ""
  file_attachments ||--|{ exports : ""
  file_attachments ||--|{ image_uploads : ""
  file_attachments ||--|{ image_uploads : ""
  file_attachments ||--|{ imports : ""
  file_attachments ||--|{ imports : ""
  file_attachments ||--|{ publications : ""
  file_attachments ||--|{ record_images : ""
+   file_attachments ||--|{ validations : ""
+   file_attachments ||--|{ validations : ""
  image_uploads ||--|{ record_images : ""
  imports ||--|{ import_records : ""
  publications ||--|{ published_records : ""
-   records ||--|{ approved_records : ""
  records ||--o| encoded_records : ""
  records ||--|{ import_records : ""
  records ||--|{ record_encoding_results : ""
  records ||--|{ record_images : ""
  records ||--|{ records_versions : ""
+   records ||--|{ validated_records : ""
  users ||--|{ encoded_records_versions : ""
  users ||--|{ exports : ""
  users ||--|{ image_uploads : ""
  users ||--|{ image_uploads : ""
  users ||--|{ imports : ""
  users ||--|{ imports : ""
  users ||--|{ publications : ""
  users ||--|{ records_versions : ""
